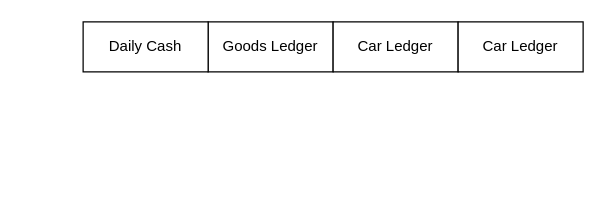
Before: Untitled Diagram.drawio in htetmyataung/flowchartforOM, a draw.io diagram. Source tidied: cells renumbered, new cells numbered last; positions are measured from the earlier drawing's top-left corner, leaving out a move shared by most shapes. Both pictures are drawn from the tidied source at 125%, with x=0, y=0 at pixel (82, 21).
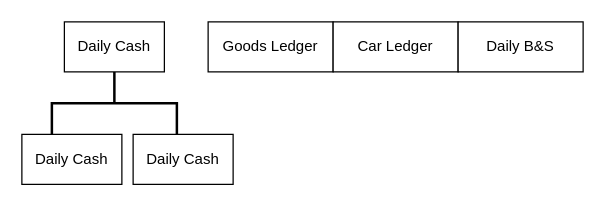
The same diagram, later.

The edit, as a diff of the source:
```diff
@@
 <mxGraphModel>
   <root>
     <mxCell id="0" />
     <mxCell id="1" parent="0" />
     <mxCell id="2" value="Goods Ledger" style="rounded=0;whiteSpace=wrap;html=1;" parent="1" vertex="1">
       <mxGeometry x="100" width="100" height="40" as="geometry" />
     </mxCell>
     <mxCell id="3" value="Daily Cash" style="rounded=0;whiteSpace=wrap;html=1;" parent="1" vertex="1">
-      <mxGeometry width="100" height="40" as="geometry" />
+      <mxGeometry x="-49" y="90" width="80" height="40" as="geometry" />
     </mxCell>
     <mxCell id="4" value="&lt;div&gt;Car Ledger&lt;/div&gt;" style="rounded=0;whiteSpace=wrap;html=1;" parent="1" vertex="1">
       <mxGeometry x="200" width="100" height="40" as="geometry" />
     </mxCell>
-    <mxCell id="5" value="&lt;div&gt;Car Ledger&lt;/div&gt;" style="rounded=0;whiteSpace=wrap;html=1;" parent="1" vertex="1">
+    <mxCell id="5" value="Daily B&amp;amp;S" style="rounded=0;whiteSpace=wrap;html=1;" parent="1" vertex="1">
       <mxGeometry x="300" width="100" height="40" as="geometry" />
     </mxCell>
+    <mxCell id="6" style="strokeWidth=2;html=1;shape=mxgraph.flowchart.annotation_2;align=left;labelPosition=right;rotation=90;" parent="1" vertex="1">
+      <mxGeometry y="15" width="50" height="100" as="geometry" />
+    </mxCell>
+    <mxCell id="7" value="Daily Cash" style="rounded=0;whiteSpace=wrap;html=1;" parent="1" vertex="1">
+      <mxGeometry x="40" y="90" width="80" height="40" as="geometry" />
+    </mxCell>
+    <mxCell id="8" value="Daily Cash" style="rounded=0;whiteSpace=wrap;html=1;" parent="1" vertex="1">
+      <mxGeometry x="-15" width="80" height="40" as="geometry" />
+    </mxCell>
   </root>
 </mxGraphModel>
```
